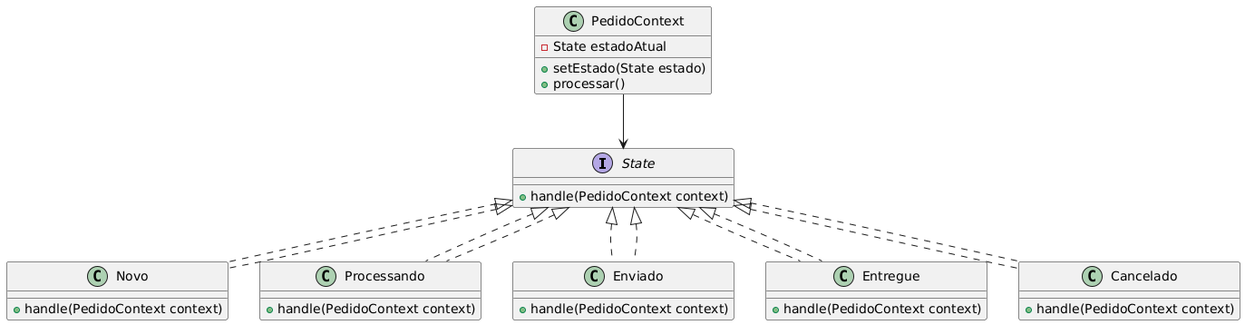
Above: Diagrama_de_Classes.png in FilipeBrinati/StateExercise (PlantUML), before the change.
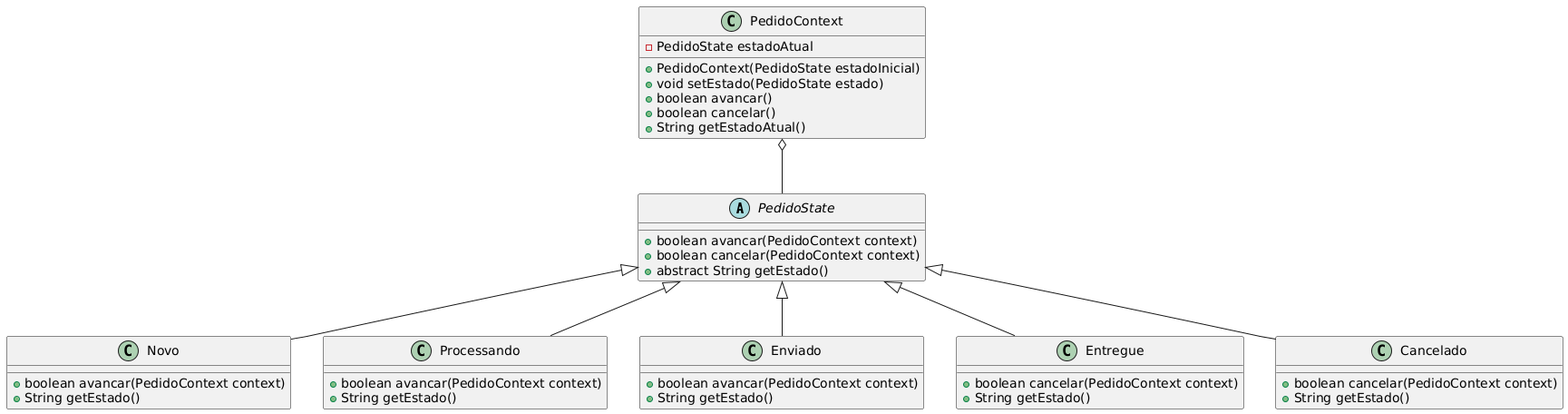
The same diagram one commit later.

Commit message:
Ajuste nos diagramas de classes e sequencia

Diff of the diagram source:
```diff
@@ -1,38 +1,49 @@
 @startuml
-interface State {
-    +handle(PedidoContext context)
+abstract class PedidoState {
+    +boolean avancar(PedidoContext context)
+    +boolean cancelar(PedidoContext context)
+    +abstract String getEstado()
 }
 
 class PedidoContext {
-    -State estadoAtual
-    +setEstado(State estado)
-    +processar()
+    -PedidoState estadoAtual
+    +PedidoContext(PedidoState estadoInicial)
+    +void setEstado(PedidoState estado)
+    +boolean avancar()
+    +boolean cancelar()
+    +String getEstadoAtual()
 }
 
-class Novo implements State {
-    +handle(PedidoContext context)
+PedidoState <|-- Novo
+PedidoState <|-- Processando
+PedidoState <|-- Enviado
+PedidoState <|-- Entregue
+PedidoState <|-- Cancelado
+
+PedidoContext o-- PedidoState
+
+class Novo {
+    +boolean avancar(PedidoContext context)
+    +String getEstado()
 }
 
-class Processando implements State {
-    +handle(PedidoContext context)
+class Processando {
+    +boolean avancar(PedidoContext context)
+    +String getEstado()
 }
 
-class Enviado implements State {
-    +handle(PedidoContext context)
+class Enviado {
+    +boolean avancar(PedidoContext context)
+    +String getEstado()
 }
 
-class Entregue implements State {
-    +handle(PedidoContext context)
+class Entregue {
+    +boolean cancelar(PedidoContext context)
+    +String getEstado()
 }
 
-class Cancelado implements State {
-    +handle(PedidoContext context)
+class Cancelado {
+    +boolean cancelar(PedidoContext context)
+    +String getEstado()
 }
-
-PedidoContext --> State
-State <|.. Novo
-State <|.. Processando
-State <|.. Enviado
-State <|.. Entregue
-State <|.. Cancelado
 @enduml
```
